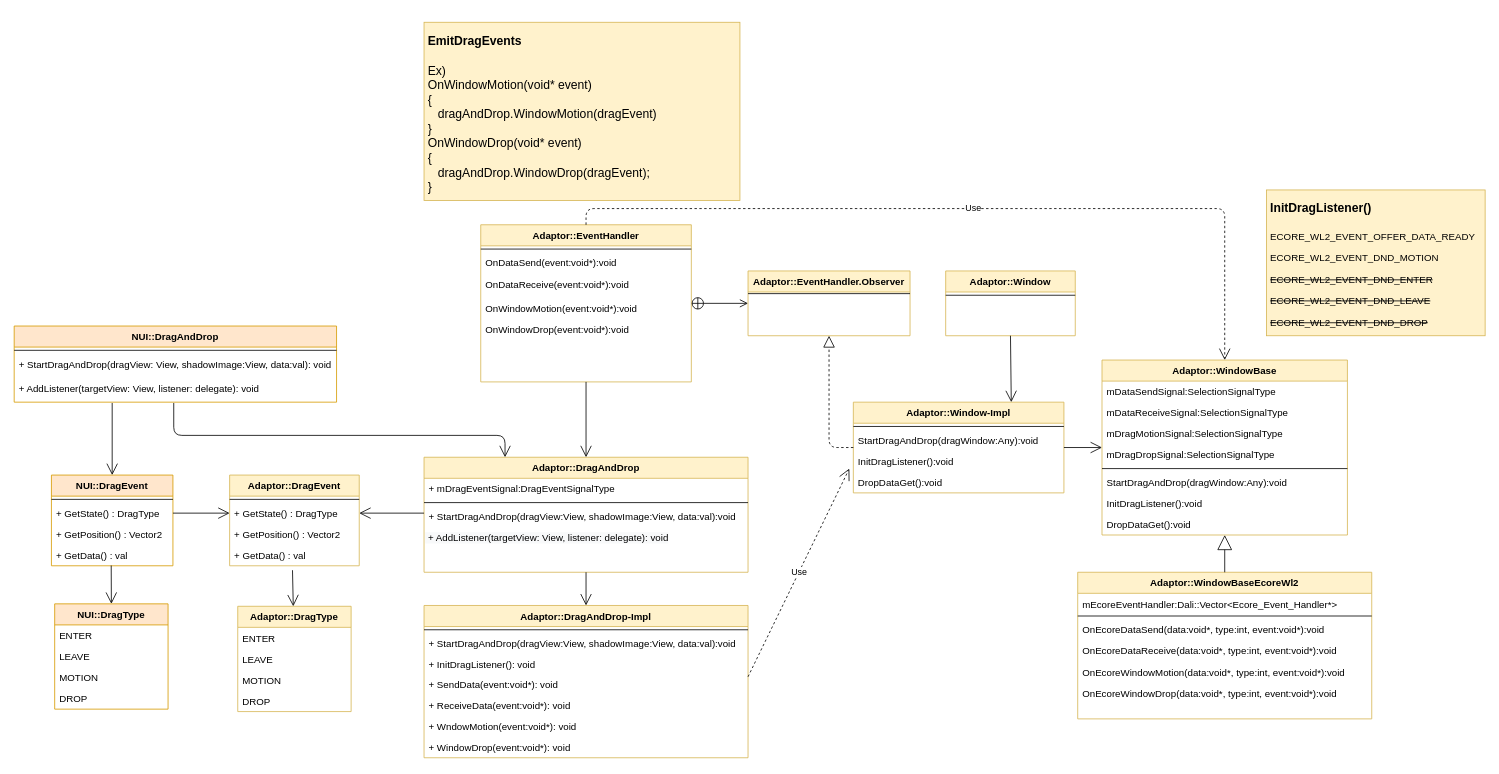
Earlier version of the draw.io diagram page "Page-4" (4 of 10) of Untitled Diagram.drawio (taehyub/drawio). Source tidied: cells renumbered, new cells numbered last; positions are measured from the earlier drawing's top-left corner, leaving out a move shared by most shapes. Both pictures are drawn from the tidied source at 81%, with x=0, y=0 at pixel (14, 22).
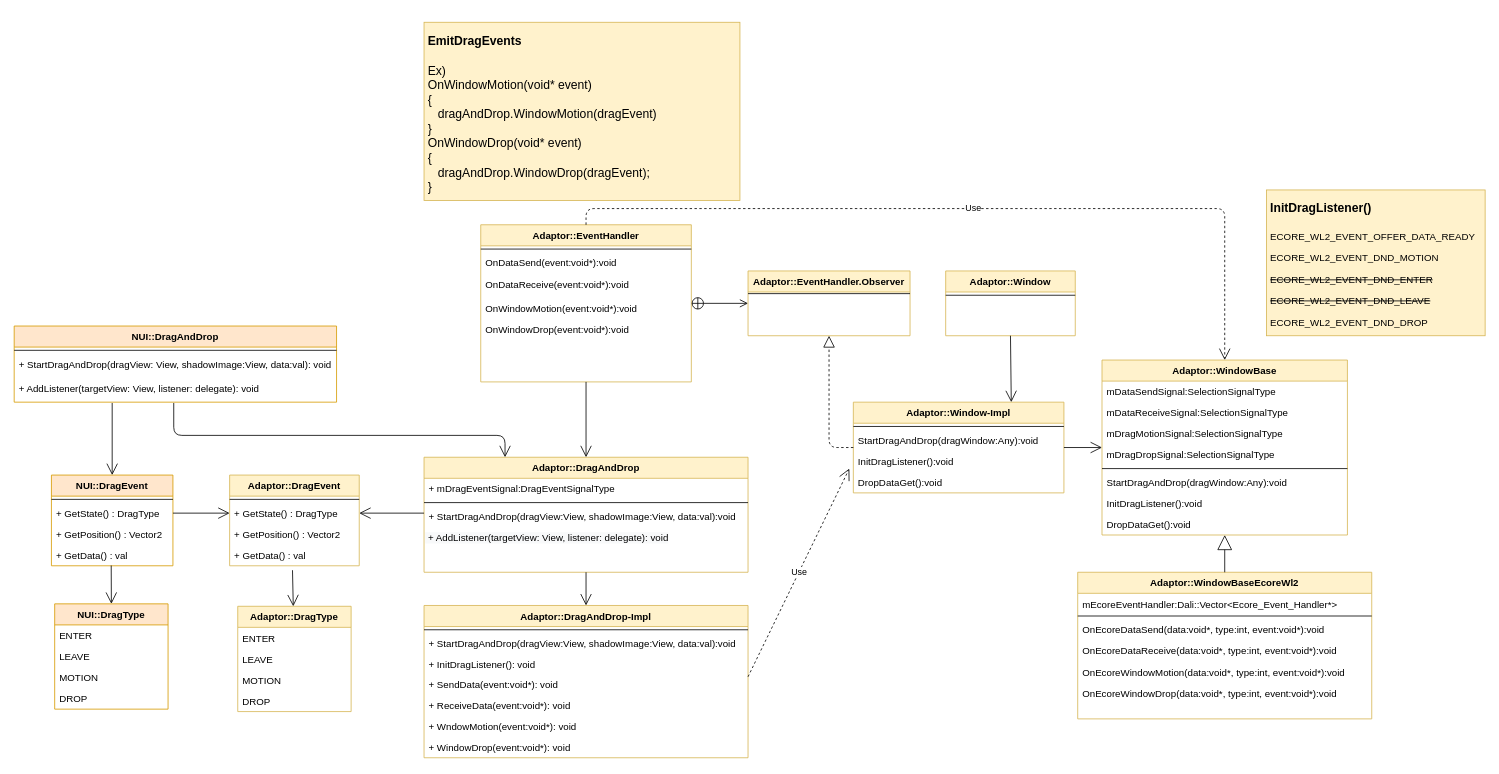
The same diagram, later.

Diff of the diagram source:
```diff
@@
-    <mxCell id="59" value="&lt;h1&gt;&lt;font style=&quot;font-size: 15px&quot;&gt;InitDragListener()&lt;br&gt;&lt;/font&gt;&lt;/h1&gt;&lt;p&gt;&lt;span&gt;ECORE_WL2_EVENT_OFFER_DATA_READY&lt;br&gt;&lt;/span&gt;&lt;/p&gt;&lt;p&gt;&lt;span&gt;ECORE_WL2_EVENT_DND_MOTION&lt;br&gt;&lt;/span&gt;&lt;/p&gt;&lt;p&gt;&lt;strike&gt;ECORE_WL2_EVENT_DND_ENTER&lt;/strike&gt;&lt;br&gt;&lt;/p&gt;&lt;p&gt;&lt;strike&gt;ECORE_WL2_EVENT_DND_LEAVE&lt;/strike&gt;&lt;br&gt;&lt;/p&gt;&lt;p&gt;&lt;strike&gt;ECORE_WL2_EVENT_DND_DROP&lt;/strike&gt;&lt;br&gt;&lt;/p&gt;" style="text;html=1;strokeColor=#d6b656;fillColor=#fff2cc;spacing=5;spacingTop=-20;whiteSpace=wrap;overflow=hidden;rounded=0;hachureGap=4;" parent="1" vertex="1">
+    <mxCell id="59" value="&lt;h1&gt;&lt;font style=&quot;font-size: 15px&quot;&gt;InitDragListener()&lt;br&gt;&lt;/font&gt;&lt;/h1&gt;&lt;p&gt;&lt;span&gt;ECORE_WL2_EVENT_OFFER_DATA_READY&lt;br&gt;&lt;/span&gt;&lt;/p&gt;&lt;p&gt;&lt;span&gt;ECORE_WL2_EVENT_DND_MOTION&lt;br&gt;&lt;/span&gt;&lt;/p&gt;&lt;p&gt;&lt;strike&gt;ECORE_WL2_EVENT_DND_ENTER&lt;/strike&gt;&lt;br&gt;&lt;/p&gt;&lt;p&gt;&lt;strike&gt;ECORE_WL2_EVENT_DND_LEAVE&lt;/strike&gt;&lt;br&gt;&lt;/p&gt;&lt;p&gt;ECORE_WL2_EVENT_DND_DROP&lt;br&gt;&lt;/p&gt;" style="text;html=1;strokeColor=#d6b656;fillColor=#fff2cc;spacing=5;spacingTop=-20;whiteSpace=wrap;overflow=hidden;rounded=0;hachureGap=4;" parent="1" vertex="1">
       <mxGeometry x="1546" y="207" width="270" height="180" as="geometry" />
     </mxCell>
```
